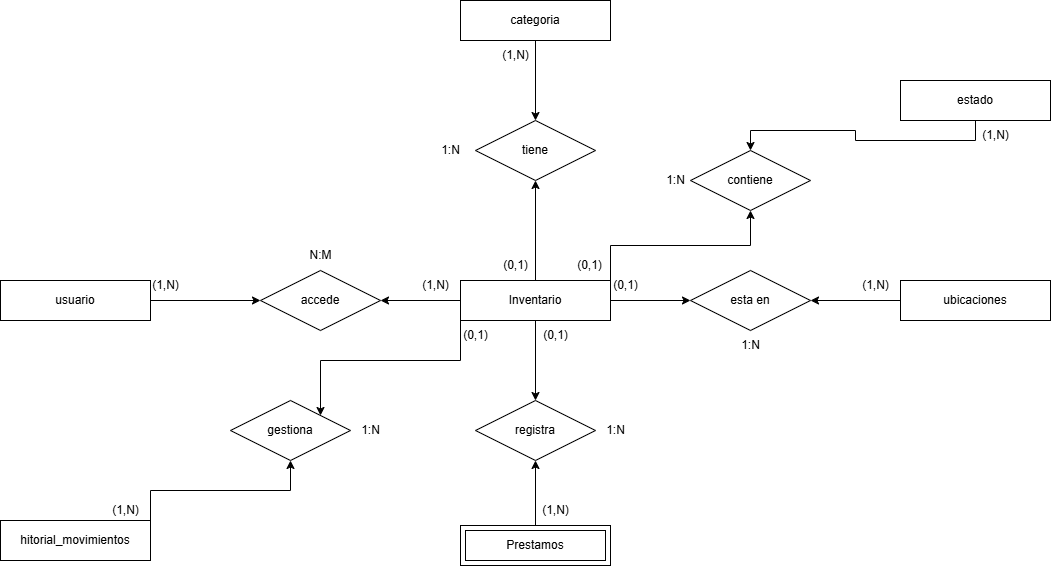
davidgsDAW/RETA_2526_EQUIPO4 keeps this draw.io diagram as Documentacion/entregas/BD/Entidad_Relacion_Reto.png. Above is the earlier version. Source tidied: cells renumbered, new cells last; positions are measured from the earlier drawing's top-left corner, leaving out a move shared by most shapes.
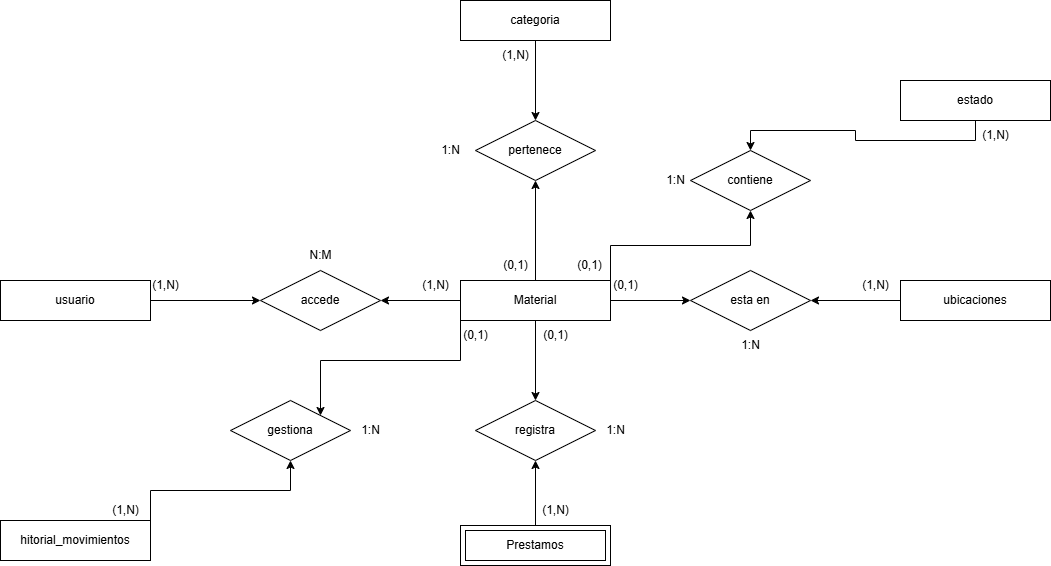
After the commit.

Commit message:
cambio basico del E/R

hemos cambiado el nombre de alguna entidad y alguna cardinalidad

The edit, as a diff of the source:
```diff
@@ -2,30 +2,30 @@
   <root>
     <mxCell id="0" />
     <mxCell id="1" parent="0" />
-    <mxCell id="2" style="edgeStyle=orthogonalEdgeStyle;rounded=0;jettySize=auto;html=1;exitX=0;exitY=0.5;exitDx=0;exitDy=0;entryX=1;entryY=0.5;entryDx=0;entryDy=0;" parent="1" edge="1" source="8" target="26">
-      <mxGeometry relative="1" as="geometry" />
-    </mxCell>
-    <mxCell id="3" style="edgeStyle=orthogonalEdgeStyle;rounded=0;jettySize=auto;html=1;exitX=0;exitY=1;exitDx=0;exitDy=0;entryX=1;entryY=0;entryDx=0;entryDy=0;" parent="1" edge="1" source="8" target="25">
-      <mxGeometry relative="1" as="geometry" />
-    </mxCell>
-    <mxCell id="4" style="edgeStyle=orthogonalEdgeStyle;rounded=0;jettySize=auto;html=1;exitX=0.5;exitY=1;exitDx=0;exitDy=0;entryX=0.5;entryY=0;entryDx=0;entryDy=0;" parent="1" edge="1" source="8" target="24">
-      <mxGeometry relative="1" as="geometry" />
-    </mxCell>
-    <mxCell id="5" style="edgeStyle=orthogonalEdgeStyle;rounded=0;jettySize=auto;html=1;exitX=1;exitY=0.5;exitDx=0;exitDy=0;entryX=0;entryY=0.5;entryDx=0;entryDy=0;" parent="1" edge="1" source="8" target="23">
-      <mxGeometry relative="1" as="geometry" />
-    </mxCell>
-    <mxCell id="6" style="edgeStyle=orthogonalEdgeStyle;rounded=0;jettySize=auto;html=1;exitX=1;exitY=0;exitDx=0;exitDy=0;entryX=0.5;entryY=1;entryDx=0;entryDy=0;" parent="1" edge="1" source="8" target="22">
-      <mxGeometry relative="1" as="geometry" />
-    </mxCell>
-    <mxCell id="7" style="edgeStyle=orthogonalEdgeStyle;rounded=0;jettySize=auto;html=1;exitX=0.5;exitY=0;exitDx=0;exitDy=0;entryX=0.5;entryY=1;entryDx=0;entryDy=0;" parent="1" edge="1" source="8" target="21">
-      <mxGeometry relative="1" as="geometry" />
-    </mxCell>
-    <mxCell id="8" value="Inventario" style="rounded=0;whiteSpace=wrap;html=1;" parent="1" vertex="1">
-      <mxGeometry x="460" y="280" width="150" height="40" as="geometry" />
-    </mxCell>
-    <mxCell id="9" style="edgeStyle=orthogonalEdgeStyle;rounded=0;jettySize=auto;html=1;exitX=0.5;exitY=1;exitDx=0;exitDy=0;entryX=0.5;entryY=0;entryDx=0;entryDy=0;" parent="1" edge="1" source="10" target="21">
-      <mxGeometry relative="1" as="geometry" />
-    </mxCell>
+    <mxCell id="45" style="edgeStyle=orthogonalEdgeStyle;rounded=0;jettySize=auto;html=1;exitX=0;exitY=0.5;exitDx=0;exitDy=0;entryX=1;entryY=0.5;entryDx=0;entryDy=0;" parent="1" edge="1" source="51" target="26">
+      <mxGeometry relative="1" as="geometry" />
+    </mxCell>
+    <mxCell id="46" style="edgeStyle=orthogonalEdgeStyle;rounded=0;jettySize=auto;html=1;exitX=0;exitY=1;exitDx=0;exitDy=0;entryX=1;entryY=0;entryDx=0;entryDy=0;" parent="1" edge="1" source="51" target="25">
+      <mxGeometry relative="1" as="geometry" />
+    </mxCell>
+    <mxCell id="47" style="edgeStyle=orthogonalEdgeStyle;rounded=0;jettySize=auto;html=1;exitX=0.5;exitY=1;exitDx=0;exitDy=0;entryX=0.5;entryY=0;entryDx=0;entryDy=0;" parent="1" edge="1" source="51" target="24">
+      <mxGeometry relative="1" as="geometry" />
+    </mxCell>
+    <mxCell id="48" style="edgeStyle=orthogonalEdgeStyle;rounded=0;jettySize=auto;html=1;exitX=1;exitY=0.5;exitDx=0;exitDy=0;entryX=0;entryY=0.5;entryDx=0;entryDy=0;" parent="1" edge="1" source="51" target="23">
+      <mxGeometry relative="1" as="geometry" />
+    </mxCell>
+    <mxCell id="49" style="edgeStyle=orthogonalEdgeStyle;rounded=0;jettySize=auto;html=1;exitX=1;exitY=0;exitDx=0;exitDy=0;entryX=0.5;entryY=1;entryDx=0;entryDy=0;" parent="1" edge="1" source="51" target="22">
+      <mxGeometry relative="1" as="geometry" />
+    </mxCell>
+    <mxCell id="50" style="edgeStyle=orthogonalEdgeStyle;rounded=0;jettySize=auto;html=1;exitX=0.5;exitY=0;exitDx=0;exitDy=0;entryX=0.5;entryY=1;entryDx=0;entryDy=0;" parent="1" edge="1" source="51" target="53">
+      <mxGeometry relative="1" as="geometry" />
+    </mxCell>
+    <mxCell id="51" value="Material" style="rounded=0;whiteSpace=wrap;html=1;" parent="1" vertex="1">
+      <mxGeometry x="460" y="280" width="150" height="40" as="geometry" />
+    </mxCell>
+    <mxCell id="52" style="edgeStyle=orthogonalEdgeStyle;rounded=0;jettySize=auto;html=1;exitX=0.5;exitY=1;exitDx=0;exitDy=0;entryX=0.5;entryY=0;entryDx=0;entryDy=0;" parent="1" edge="1" source="10" target="53">
+      <mxGeometry relative="1" as="geometry" />
+    </mxCell>
     <mxCell id="10" value="categoria" style="rounded=0;whiteSpace=wrap;html=1;" parent="1" vertex="1">
       <mxGeometry x="460" width="150" height="40" as="geometry" />
     </mxCell>
@@ -59,9 +59,9 @@
     <mxCell id="20" value="Prestamos" style="shape=ext;margin=3;double=1;whiteSpace=wrap;html=1;align=center;" parent="1" vertex="1">
       <mxGeometry x="460" y="525" width="150" height="40" as="geometry" />
     </mxCell>
-    <mxCell id="21" value="tiene" style="shape=rhombus;perimeter=rhombusPerimeter;whiteSpace=wrap;html=1;align=center;" parent="1" vertex="1">
-      <mxGeometry x="475" y="120" width="120" height="60" as="geometry" />
-    </mxCell>
+    <mxCell id="53" value="pertenece" style="shape=rhombus;perimeter=rhombusPerimeter;whiteSpace=wrap;html=1;align=center;" parent="1" vertex="1">
+      <mxGeometry x="475" y="120" width="120" height="60" as="geometry" />
+    </mxCell>
     <mxCell id="22" value="contiene" style="shape=rhombus;perimeter=rhombusPerimeter;whiteSpace=wrap;html=1;align=center;" parent="1" vertex="1">
       <mxGeometry x="690" y="150" width="120" height="60" as="geometry" />
     </mxCell>
```
